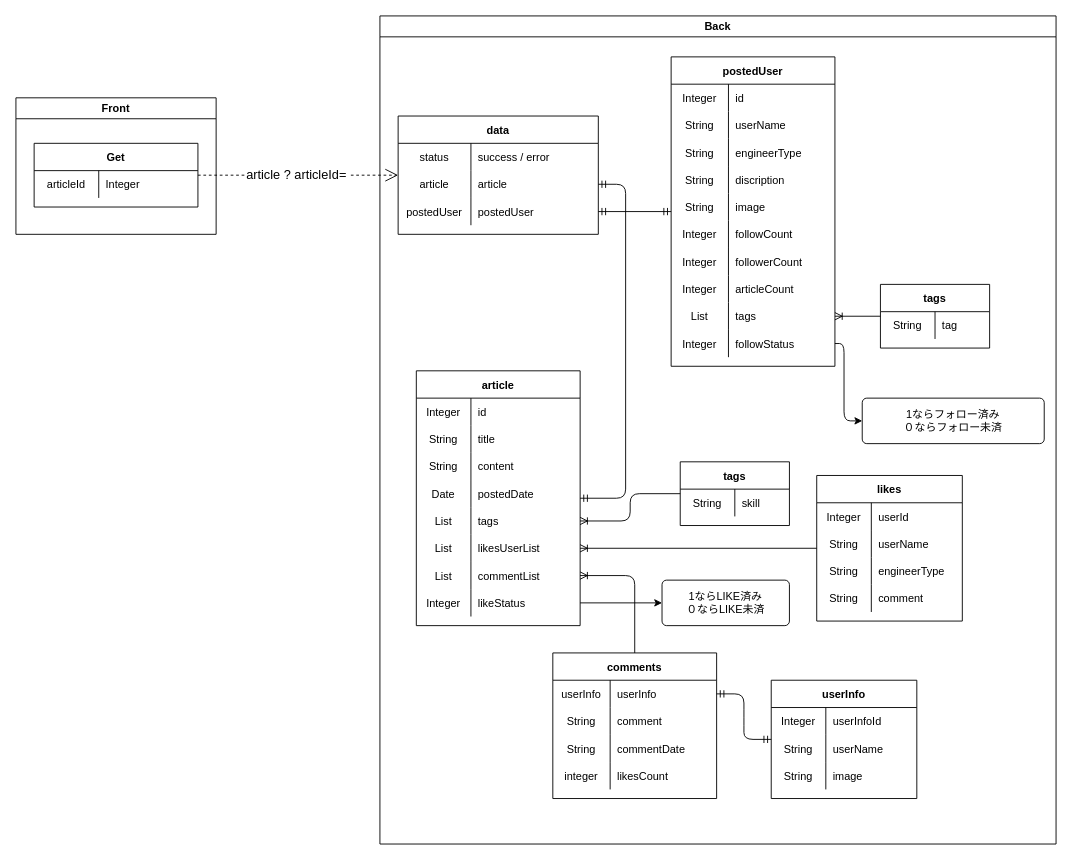
Earlier version of the draw.io diagram page "[表示]記事詳細" (5 of 17) of Designs/基本設計.drawio (yusuke-rakus/Qiish). Source tidied: cells renumbered, new cells numbered last; positions are measured from the earlier drawing's top-left corner, leaving out a move shared by most shapes. Both pictures are drawn from the tidied source at 91%, with x=0, y=0 at pixel (15, 15).
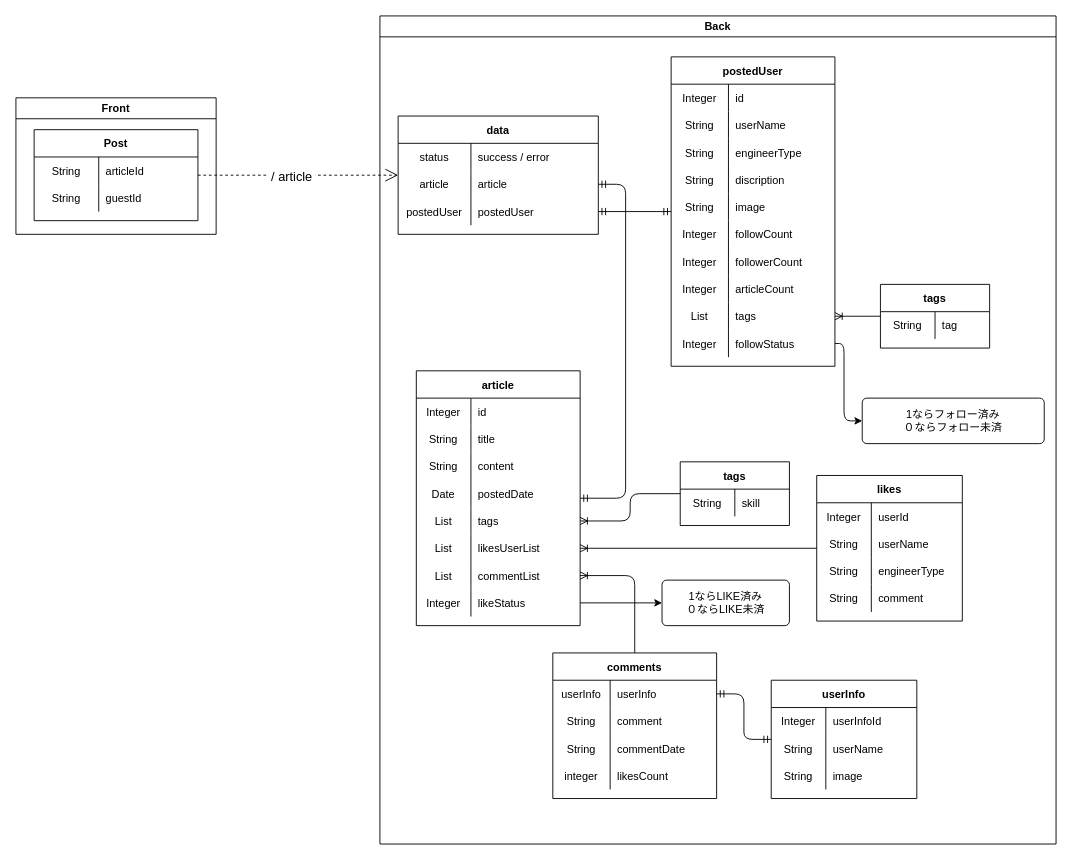
The same page after the edit.

The change refers to these unchanged cells:
```xml
<mxCell id="2" value="Front" style="swimlane;" parent="1" vertex="1">
  <mxGeometry y="90" width="220" height="150" as="geometry" />
</mxCell>
<mxCell id="4" style="shape=partialRectangle;fillColor=none;top=0;left=0;bottom=0;right=0;" parent="3" vertex="1">
  <mxGeometry y="30" width="180" height="30" as="geometry" />
</mxCell>
<mxCell id="8" value="data" style="shape=table;startSize=30;childLayout=tableLayout;rowLines=0;fontStyle=1;align=center;" parent="7" vertex="1">
  <mxGeometry x="20" y="110" width="220" height="130" as="geometry" />
</mxCell>
```

The edit, as a diff of the source:
```diff
@@
-    <mxCell id="3" value="Get" style="shape=table;startSize=30;childLayout=tableLayout;rowLines=0;fontStyle=1;align=center;" parent="2" vertex="1">
-      <mxGeometry x="20" y="50" width="180" height="70" as="geometry" />
+    <mxCell id="3" value="Post" style="shape=table;startSize=30;childLayout=tableLayout;rowLines=0;fontStyle=1;align=center;" parent="2" vertex="1">
+      <mxGeometry x="20" y="35" width="180" height="100" as="geometry" />
     </mxCell>
@@
-    <mxCell id="5" value="articleId" style="shape=partialRectangle;fillColor=none;top=0;left=0;bottom=0;right=0;overflow=hidden;" parent="4" vertex="1">
+    <mxCell id="5" value="String" style="shape=partialRectangle;fillColor=none;top=0;left=0;bottom=0;right=0;overflow=hidden;" parent="4" vertex="1">
       <mxGeometry width="71" height="30" as="geometry" />
     </mxCell>
-    <mxCell id="6" value="Integer" style="shape=partialRectangle;fillColor=none;top=0;left=0;bottom=0;right=0;align=left;spacingLeft=6;overflow=hidden;" parent="4" vertex="1">
+    <mxCell id="6" value="articleId" style="shape=partialRectangle;fillColor=none;top=0;left=0;bottom=0;right=0;align=left;spacingLeft=6;overflow=hidden;" parent="4" vertex="1">
       <mxGeometry x="71" width="109" height="30" as="geometry" />
     </mxCell>
+    <mxCell id="130" style="shape=partialRectangle;fillColor=none;top=0;left=0;bottom=0;right=0;" parent="3" vertex="1">
+      <mxGeometry y="60" width="180" height="30" as="geometry" />
+    </mxCell>
+    <mxCell id="131" value="String" style="shape=partialRectangle;fillColor=none;top=0;left=0;bottom=0;right=0;overflow=hidden;" parent="130" vertex="1">
+      <mxGeometry width="71" height="30" as="geometry" />
+    </mxCell>
+    <mxCell id="132" value="guestId" style="shape=partialRectangle;fillColor=none;top=0;left=0;bottom=0;right=0;align=left;spacingLeft=6;overflow=hidden;" parent="130" vertex="1">
+      <mxGeometry x="71" width="109" height="30" as="geometry" />
+    </mxCell>
@@
-    <mxCell id="129" value="&lt;font style=&quot;font-size: 14px&quot;&gt;article ? articleId=&amp;nbsp;&lt;br&gt;&lt;/font&gt;" style="endArrow=open;endSize=12;dashed=1;html=1;" parent="1" edge="1" source="3" target="8">
+    <mxCell id="129" value="&lt;font style=&quot;font-size: 14px&quot;&gt;&lt;br&gt;&lt;/font&gt;" style="endArrow=open;endSize=12;dashed=1;html=1;" parent="1" edge="1" source="3" target="8">
       <mxGeometry relative="1" as="geometry" />
     </mxCell>
+    <mxCell id="133" value="&lt;font style=&quot;font-size: 14px&quot;&gt;&amp;nbsp;/ article&amp;nbsp;&lt;/font&gt;" style="edgeLabel;html=1;align=center;verticalAlign=middle;" parent="129" vertex="1">
+      <mxGeometry x="-0.07" y="-1" relative="1" as="geometry" />
+    </mxCell>
```
